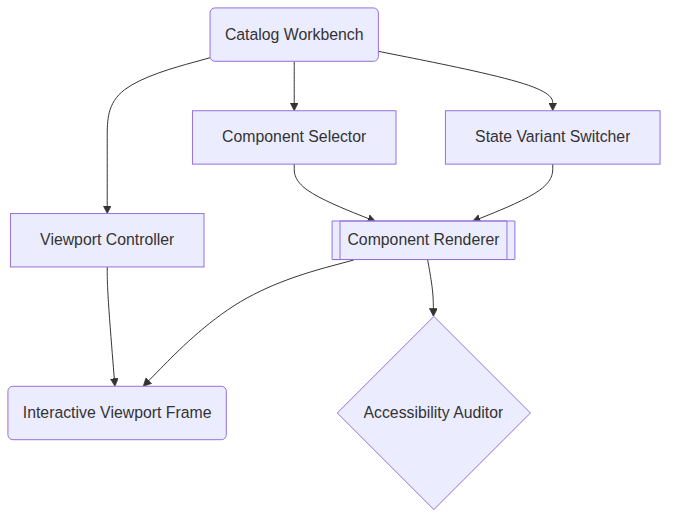
This is docs/assets/diagrams/catalog_workflow.png from fderuiter/sortify, a Mermaid export, as it was before one commit. Its source is kept beside it as docs/assets/diagrams/catalog_workflow.mmd. The source it was exported from:
```mermaid
graph TD
    workbench("Catalog Workbench")
    selector["Component Selector"]
    viewport["Viewport Controller"]
    state_var["State Variant Switcher"]
    renderer[["Component Renderer"]]
    a11y_scan{Accessibility Auditor}
    preview("Interactive Viewport Frame")
    workbench --> selector
    workbench --> viewport
    workbench --> state_var
    selector --> renderer
    viewport --> preview
    state_var --> renderer
    renderer --> preview
    renderer --> a11y_scan
```
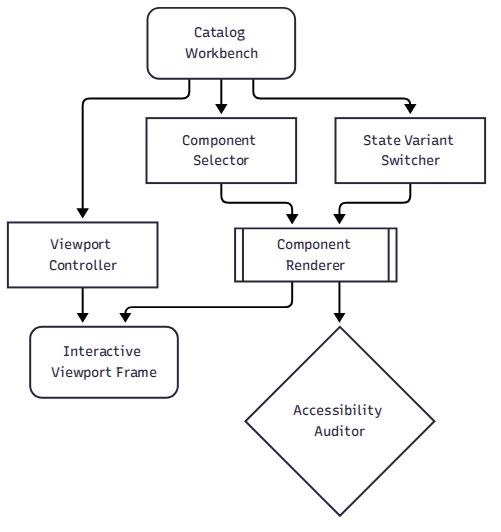
The same file after the commit.

The edit, as a diff of the source:
```diff
@@ -14,3 +14,10 @@
     state_var --> renderer
     renderer --> preview
     renderer --> a11y_scan
+    click workbench "docs/ui.md" "Catalog Workbench"
+    click selector "docs/ui.md" "Component Selector"
+    click viewport "docs/ui.md" "Viewport Controller"
+    click state_var "docs/ui.md" "State Variant Switcher"
+    click renderer "docs/ui.md" "Component Renderer"
+    click a11y_scan "docs/admin_guide.md" "Accessibility Auditor"
+    click preview "docs/ui.md" "Interactive Viewport Frame"
```
